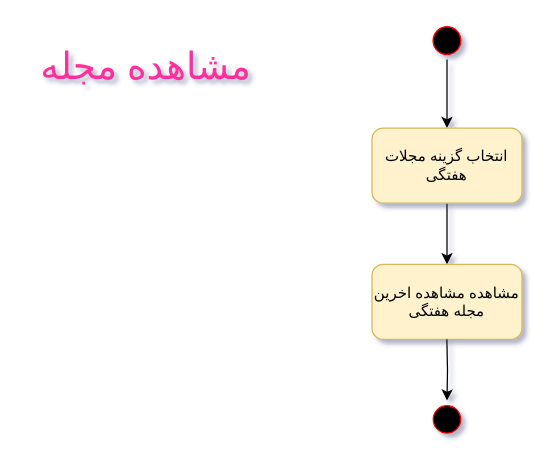
Above: page "مشاهده مجله" (3 of 20) of Sequence Diagram/SequenceDiagram.drawio in Matinrezaei/Software-Lab (draw.io), before the change. Source tidied: cells renumbered, new cells numbered last; positions are measured from the earlier drawing's top-left corner, leaving out a move shared by most shapes. Both pictures are drawn from the tidied source at 125%, with x=0, y=0 at pixel (21, 21).
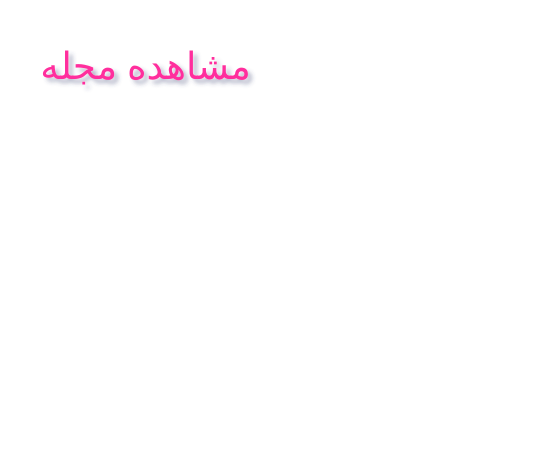
The same diagram, later.

Diff of the diagram source:
```diff
@@
 <mxGraphModel shadow="1">
   <root>
     <mxCell id="0" />
     <mxCell id="1" parent="0" />
-    <mxCell id="2" style="ellipse;html=1;shape=startState;fillColor=#000000;strokeColor=#ff0000;" parent="1" vertex="1">
-      <mxGeometry x="325.1" width="30" height="30" as="geometry" />
-    </mxCell>
-    <mxCell id="3" style="edgeStyle=orthogonalEdgeStyle;rounded=0;jettySize=auto;html=1;entryX=0.5;entryY=0;entryDx=0;entryDy=0;" parent="1" edge="1" source="4" target="6">
-      <mxGeometry relative="1" as="geometry" />
-    </mxCell>
-    <mxCell id="4" style="ellipse;html=1;shape=startState;fillColor=#000000;strokeColor=#ff0000;" parent="1" vertex="1">
-      <mxGeometry x="325.1" width="30" height="30" as="geometry" />
-    </mxCell>
-    <mxCell id="5" style="edgeStyle=orthogonalEdgeStyle;rounded=0;jettySize=auto;html=1;entryX=0.5;entryY=0;entryDx=0;entryDy=0;" parent="1" edge="1" source="6" target="7">
-      <mxGeometry relative="1" as="geometry" />
-    </mxCell>
-    <mxCell id="6" value="انتخاب گزینه مجلات هفتگی" style="rounded=1;whiteSpace=wrap;html=1;fillColor=#fff2cc;strokeColor=#d6b656;" parent="1" vertex="1">
-      <mxGeometry x="280.1" y="85" width="120" height="60" as="geometry" />
-    </mxCell>
-    <mxCell id="7" value="مشاهده مشاهده اخرین مجله هفتگی" style="rounded=1;whiteSpace=wrap;html=1;fillColor=#fff2cc;strokeColor=#d6b656;" parent="1" vertex="1">
-      <mxGeometry x="280.1" y="194" width="120" height="60" as="geometry" />
-    </mxCell>
-    <mxCell id="8" style="edgeStyle=orthogonalEdgeStyle;rounded=0;jettySize=auto;html=1;" parent="1" edge="1" target="9">
-      <mxGeometry relative="1" as="geometry">
-        <mxPoint x="340" y="254" as="sourcePoint" />
-      </mxGeometry>
-    </mxCell>
-    <mxCell id="9" style="ellipse;html=1;shape=startState;fillColor=#000000;strokeColor=#ff0000;" parent="1" vertex="1">
-      <mxGeometry x="325.1" y="303" width="30" height="30" as="geometry" />
-    </mxCell>
     <mxCell id="10" value="&lt;font style=&quot;font-size: 30px;&quot; color=&quot;#ff2e9d&quot; face=&quot;Tahoma&quot;&gt;مشاهده مجله&lt;/font&gt;" style="text;html=1;align=center;verticalAlign=middle;strokeColor=none;fillColor=none;" parent="1" vertex="1">
       <mxGeometry y="10" width="198" height="48" as="geometry" />
     </mxCell>
   </root>
 </mxGraphModel>
```
